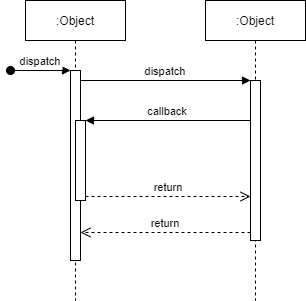
smitbmx/Architecture-Diagrams keeps this draw.io diagram as zDifferent/SC/Screenshot Generator CT Sequence Diagram.drawio.png. Above is the earlier version. Source tidied: cells renumbered, new cells last; positions are measured from the earlier drawing's top-left corner, leaving out a move shared by most shapes.
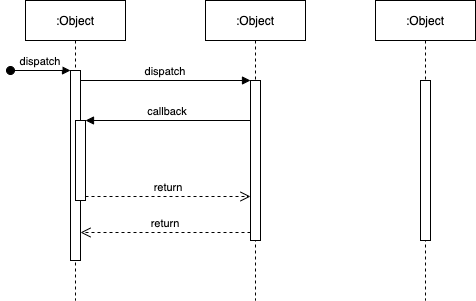
After the change.

Change to the diagram source:
```diff
@@ -34,5 +34,11 @@
     <mxCell id="11" value="return" style="verticalAlign=bottom;endArrow=open;dashed=1;endSize=8;exitX=1;exitY=0.95;shadow=0;strokeWidth=1;" parent="1" edge="1" source="5" target="7">
       <mxGeometry relative="1" as="geometry" />
     </mxCell>
+    <mxCell id="12" value=":Object" style="shape=umlLifeline;perimeter=lifelinePerimeter;rounded=0;shadow=0;strokeWidth=1;" parent="1" vertex="1">
+      <mxGeometry x="365" width="100" height="300" as="geometry" />
+    </mxCell>
+    <mxCell id="13" style="perimeter=orthogonalPerimeter;rounded=0;shadow=0;strokeWidth=1;" parent="12" vertex="1">
+      <mxGeometry x="45" y="80" width="10" height="160" as="geometry" />
+    </mxCell>
   </root>
 </mxGraphModel>
```
